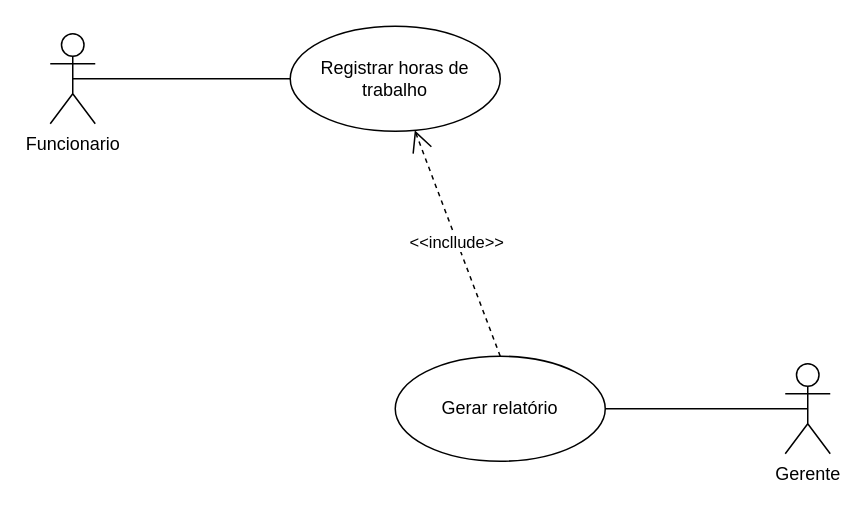
Before: Eng. de software/Diagrama sem nome.drawio in LuisAugusto0/Arquivos_PUC_CC, a draw.io diagram. Source tidied: cells renumbered, new cells numbered last; positions are measured from the earlier drawing's top-left corner, leaving out a move shared by most shapes. Both pictures are drawn from the tidied source at 150%, with x=0, y=0 at pixel (50, 26).
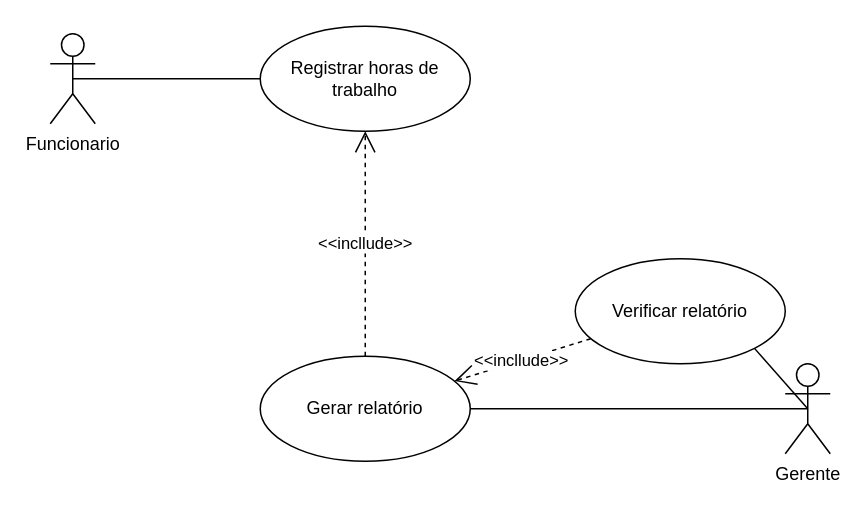
After the change.

Diff of the diagram source:
```diff
@@
 <mxGraphModel>
   <root>
     <mxCell id="0" />
     <mxCell id="1" parent="0" />
     <mxCell id="2" style="rounded=0;jettySize=auto;html=1;exitX=0.5;exitY=0.5;exitDx=0;exitDy=0;exitPerimeter=0;entryX=0;entryY=0.5;entryDx=0;entryDy=0;endArrow=none;endFill=0;" parent="1" edge="1" source="3" target="4">
       <mxGeometry relative="1" as="geometry" />
     </mxCell>
     <mxCell id="3" value="Funcionario" style="shape=umlActor;verticalLabelPosition=bottom;verticalAlign=top;html=1;" parent="1" vertex="1">
       <mxGeometry y="5" width="30" height="60" as="geometry" />
     </mxCell>
     <mxCell id="4" value="Registrar horas de trabalho" style="ellipse;whiteSpace=wrap;html=1;" parent="1" vertex="1">
-      <mxGeometry x="160" width="140" height="70" as="geometry" />
+      <mxGeometry x="140" width="140" height="70" as="geometry" />
     </mxCell>
     <mxCell id="5" value="Gerente" style="shape=umlActor;verticalLabelPosition=bottom;verticalAlign=top;html=1;" parent="1" vertex="1">
       <mxGeometry x="490" y="225" width="30" height="60" as="geometry" />
     </mxCell>
     <mxCell id="6" value="Gerar relatório" style="ellipse;whiteSpace=wrap;html=1;" parent="1" vertex="1">
-      <mxGeometry x="230" y="220" width="140" height="70" as="geometry" />
+      <mxGeometry x="140" y="220" width="140" height="70" as="geometry" />
     </mxCell>
     <mxCell id="7" style="rounded=0;jettySize=auto;html=1;exitX=1;exitY=0.5;exitDx=0;exitDy=0;entryX=0.5;entryY=0.5;entryDx=0;entryDy=0;entryPerimeter=0;endArrow=none;endFill=0;" parent="1" edge="1" source="6" target="5">
       <mxGeometry relative="1" as="geometry" />
     </mxCell>
     <mxCell id="8" value="&amp;lt;&amp;lt;incllude&amp;gt;&amp;gt;" style="endArrow=open;endSize=12;dashed=1;html=1;rounded=0;exitX=0.5;exitY=0;exitDx=0;exitDy=0;" parent="1" edge="1" source="6" target="4">
       <mxGeometry relative="1" as="geometry" />
     </mxCell>
+    <mxCell id="9" value="Verificar relatório" style="ellipse;whiteSpace=wrap;html=1;" parent="1" vertex="1">
+      <mxGeometry x="350" y="155" width="140" height="70" as="geometry" />
+    </mxCell>
+    <mxCell id="10" style="rounded=0;jettySize=auto;html=1;exitX=1;exitY=1;exitDx=0;exitDy=0;entryX=0.5;entryY=0.5;entryDx=0;entryDy=0;entryPerimeter=0;endArrow=none;endFill=0;" parent="1" edge="1" source="9" target="5">
+      <mxGeometry relative="1" as="geometry" />
+    </mxCell>
+    <mxCell id="11" value="&amp;lt;&amp;lt;incllude&amp;gt;&amp;gt;" style="endArrow=open;endSize=12;dashed=1;html=1;rounded=0;" parent="1" edge="1" source="9" target="6">
+      <mxGeometry relative="1" as="geometry" />
+    </mxCell>
   </root>
 </mxGraphModel>
```
